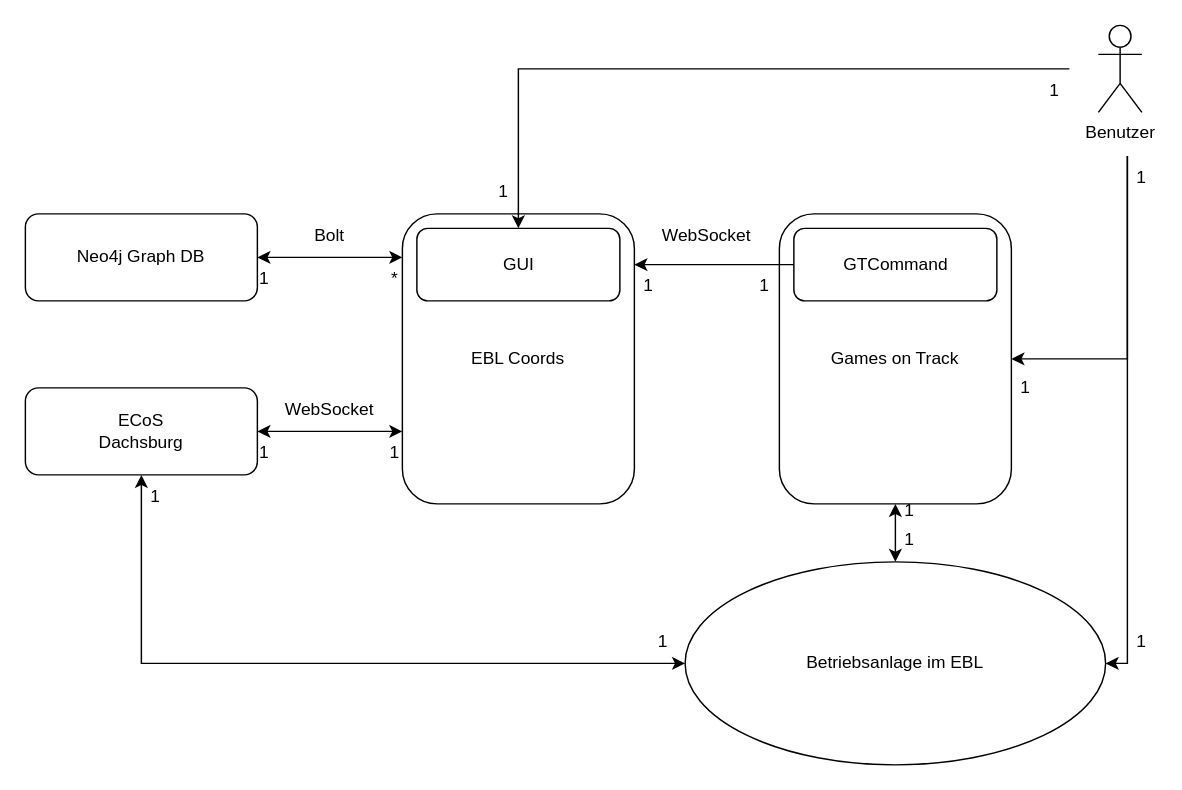
Above: structural/structure_ebl_coords.drawio in pascalreiss/draw_io_stuff (draw.io), before the change. Source tidied: cells renumbered, new cells numbered last; positions are measured from the earlier drawing's top-left corner, leaving out a move shared by most shapes. Both pictures are drawn from the tidied source at 145%, with x=0, y=0 at pixel (25, 25).
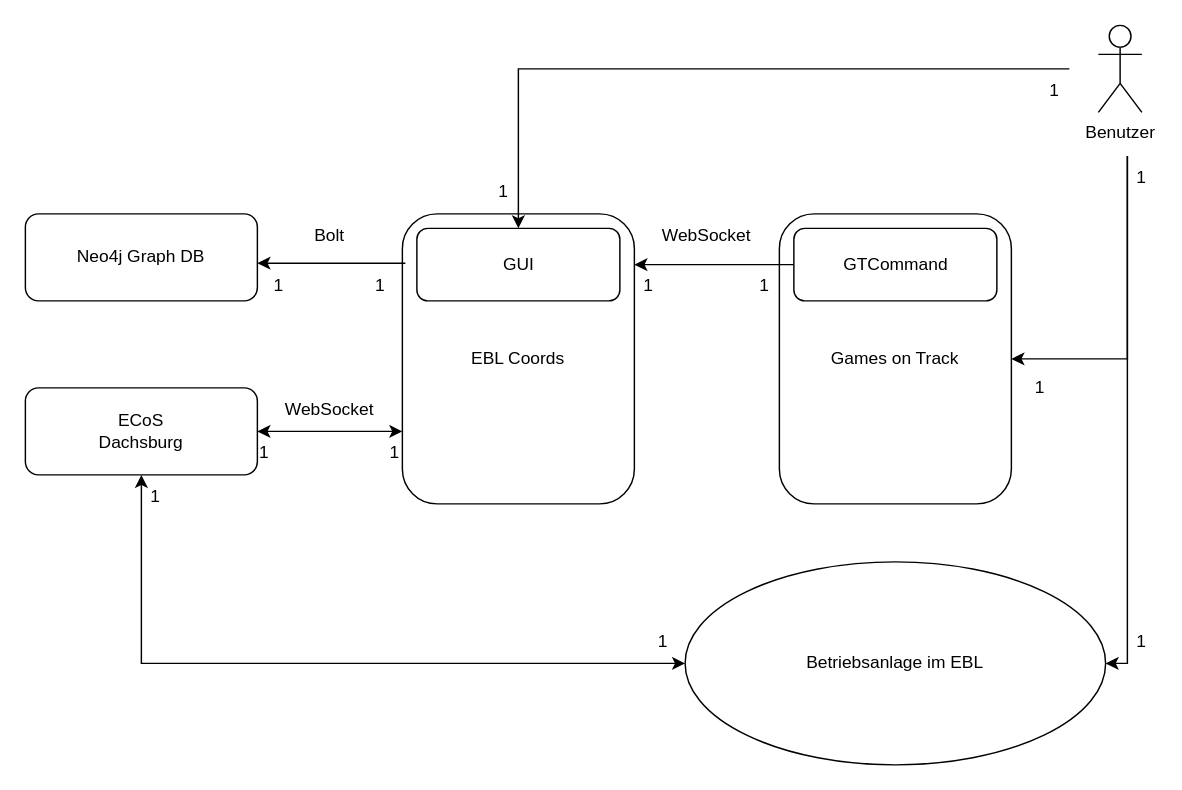
The same page after the edit.

The change refers to these unchanged cells:
```xml
<mxCell id="2" style="rounded=1;whiteSpace=wrap;html=1;" parent="1" vertex="1">
  <mxGeometry x="260" y="130" width="160" height="200" as="geometry" />
</mxCell>
<mxCell id="12" style="rounded=1;whiteSpace=wrap;html=1;" parent="1" vertex="1">
  <mxGeometry y="130" width="160" height="60" as="geometry" />
</mxCell>
<mxCell id="23" value="Betriebsanlage im EBL" style="ellipse;whiteSpace=wrap;html=1;" parent="1" vertex="1">
  <mxGeometry x="455" y="370" width="290" height="140" as="geometry" />
</mxCell>
<mxCell id="26" value="Games on Track" style="rounded=1;whiteSpace=wrap;html=1;" parent="1" vertex="1">
  <mxGeometry x="520" y="130" width="160" height="200" as="geometry" />
</mxCell>
```

The edit, as a diff of the source:
```diff
@@
-    <mxCell id="13" style="endArrow=classic;startArrow=classic;html=1;rounded=0;exitX=1;exitY=0.5;exitDx=0;exitDy=0;" parent="1" edge="1" source="12">
-      <mxGeometry relative="1" as="geometry">
-        <mxPoint x="260" y="160" as="targetPoint" />
-      </mxGeometry>
-    </mxCell>
@@
-    <mxCell id="17" value="1" style="text;html=1;align=center;verticalAlign=middle;whiteSpace=wrap;rounded=0;" parent="1" vertex="1">
-      <mxGeometry x="150" y="160" width="30" height="30" as="geometry" />
-    </mxCell>
-    <mxCell id="18" value="*" style="text;html=1;align=center;verticalAlign=middle;whiteSpace=wrap;rounded=0;" parent="1" vertex="1">
-      <mxGeometry x="240" y="160" width="30" height="30" as="geometry" />
-    </mxCell>
@@
-    <mxCell id="32" style="endArrow=classic;startArrow=classic;html=1;rounded=0;" parent="1" edge="1" source="23" target="26">
-      <mxGeometry relative="1" as="geometry" />
-    </mxCell>
-    <mxCell id="33" value="1" style="text;html=1;align=center;verticalAlign=middle;whiteSpace=wrap;rounded=0;" parent="1" vertex="1">
-      <mxGeometry x="600" y="320" width="20" height="30" as="geometry" />
-    </mxCell>
-    <mxCell id="34" value="1" style="text;html=1;align=center;verticalAlign=middle;whiteSpace=wrap;rounded=0;" parent="1" vertex="1">
-      <mxGeometry x="600" y="340" width="20" height="30" as="geometry" />
-    </mxCell>
@@
     <mxCell id="40" value="1" style="text;html=1;align=center;verticalAlign=middle;whiteSpace=wrap;rounded=0;" parent="1" vertex="1">
-      <mxGeometry x="680" y="234.6" width="20" height="30" as="geometry" />
+      <mxGeometry x="690" y="234.6" width="20" height="30" as="geometry" />
     </mxCell>
@@
+    <mxCell id="44" style="endArrow=classic;html=1;rounded=0;exitX=0.013;exitY=0.17;exitDx=0;exitDy=0;exitPerimeter=0;" parent="1" edge="1" source="2">
+      <mxGeometry relative="1" as="geometry">
+        <mxPoint x="160" y="164" as="targetPoint" />
+      </mxGeometry>
+    </mxCell>
+    <mxCell id="45" value="1" style="text;html=1;align=center;verticalAlign=middle;whiteSpace=wrap;rounded=0;" parent="1" vertex="1">
+      <mxGeometry x="160" y="164.5" width="30" height="30" as="geometry" />
+    </mxCell>
+    <mxCell id="46" value="1" style="text;html=1;align=center;verticalAlign=middle;whiteSpace=wrap;rounded=0;" parent="1" vertex="1">
+      <mxGeometry x="230" y="164.5" width="30" height="30" as="geometry" />
+    </mxCell>
```
